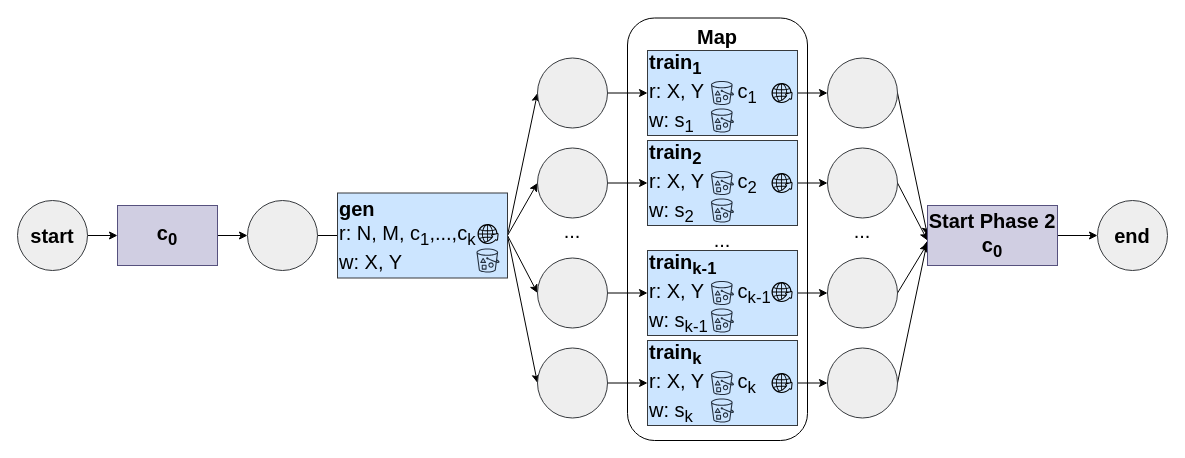
This is figures/benchmarks/690.ml.drawio from spcl/sebs-flow-artifact, a draw.io file, before an edit. Source tidied: cells renumbered, new cells numbered last; positions are measured from the earlier drawing's top-left corner, leaving out a move shared by most shapes. Both pictures are drawn from the tidied source at 100%, with x=0, y=0 at pixel (17, 18).
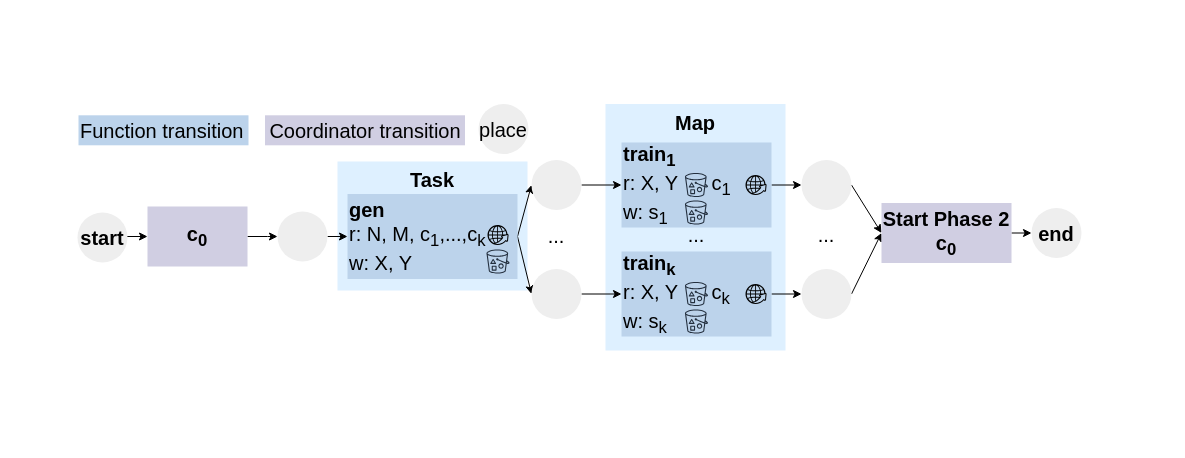
The same page after the edit.

Diff of the diagram source:
```diff
@@
+    <mxCell id="58" value="&lt;b&gt;Task&lt;/b&gt;" style="rounded=0;whiteSpace=wrap;html=1;fontSize=20;align=center;verticalAlign=top;fillColor=#DEF0FF;strokeColor=none;" parent="1" vertex="1">
+      <mxGeometry x="320" y="143" width="190" height="129" as="geometry" />
+    </mxCell>
-    <mxCell id="2" value="&lt;b&gt;Map&lt;/b&gt;" style="rounded=1;whiteSpace=wrap;html=1;fontSize=20;align=center;verticalAlign=top;" parent="1" vertex="1">
-      <mxGeometry x="610" y="-0.5" width="180" height="422.5" as="geometry" />
+    <mxCell id="2" value="&lt;b&gt;Map&lt;/b&gt;" style="rounded=0;whiteSpace=wrap;html=1;fontSize=20;align=center;verticalAlign=top;strokeColor=none;fillColor=#DEF0FF;" parent="1" vertex="1">
+      <mxGeometry x="588" y="85.5" width="180" height="246.5" as="geometry" />
     </mxCell>
-    <mxCell id="3" style="edgeStyle=orthogonalEdgeStyle;rounded=0;jettySize=auto;html=1;entryX=0;entryY=0.5;entryDx=0;entryDy=0;fontSize=20;" parent="1" edge="1" source="4" target="6">
-      <mxGeometry relative="1" as="geometry" />
+    <mxCell id="3" style="edgeStyle=orthogonalEdgeStyle;rounded=0;jettySize=auto;html=1;entryX=0;entryY=0.5;entryDx=0;entryDy=0;fontSize=20;" parent="1" edge="1" target="6">
+      <mxGeometry relative="1" as="geometry">
+        <mxPoint x="100" y="218" as="sourcePoint" />
+      </mxGeometry>
     </mxCell>
-    <mxCell id="4" value="start" style="ellipse;whiteSpace=wrap;html=1;fontSize=20;fontStyle=1;fillColor=#eeeeee;strokeColor=#36393d;" parent="1" vertex="1">
-      <mxGeometry y="182" width="70" height="70" as="geometry" />
-    </mxCell>
-    <mxCell id="5" style="edgeStyle=orthogonalEdgeStyle;rounded=0;jettySize=auto;html=1;entryX=0;entryY=0.5;entryDx=0;entryDy=0;fontSize=20;" parent="1" edge="1" source="6" target="8">
-      <mxGeometry relative="1" as="geometry" />
+    <mxCell id="5" style="edgeStyle=orthogonalEdgeStyle;rounded=0;jettySize=auto;html=1;entryX=0;entryY=0.5;entryDx=0;entryDy=0;fontSize=20;" parent="1" edge="1" source="6">
+      <mxGeometry relative="1" as="geometry">
+        <mxPoint x="260" y="218" as="targetPoint" />
+      </mxGeometry>
     </mxCell>
-    <mxCell id="6" value="c&lt;sub&gt;0&lt;/sub&gt;" style="rounded=0;whiteSpace=wrap;html=1;fontSize=20;fillColor=#d0cee2;strokeColor=#56517e;fontStyle=1;" parent="1" vertex="1">
-      <mxGeometry x="100" y="187" width="100" height="60" as="geometry" />
+    <mxCell id="6" value="c&lt;sub&gt;0&lt;/sub&gt;" style="rounded=0;whiteSpace=wrap;html=1;fontSize=20;fillColor=#d0cee2;strokeColor=none;fontStyle=1;" parent="1" vertex="1">
+      <mxGeometry x="130" y="188" width="100" height="60" as="geometry" />
     </mxCell>
-    <mxCell id="7" style="edgeStyle=orthogonalEdgeStyle;rounded=0;jettySize=auto;html=1;entryX=0;entryY=0.5;entryDx=0;entryDy=0;fontSize=20;" parent="1" edge="1" source="8">
+    <mxCell id="7" style="edgeStyle=orthogonalEdgeStyle;rounded=0;jettySize=auto;html=1;entryX=0;entryY=0.5;entryDx=0;entryDy=0;fontSize=20;" parent="1" edge="1" target="14">
       <mxGeometry relative="1" as="geometry">
-        <mxPoint x="362.5" y="217" as="targetPoint" />
+        <mxPoint x="310" y="218" as="sourcePoint" />
       </mxGeometry>
     </mxCell>
-    <mxCell id="8" style="ellipse;whiteSpace=wrap;html=1;fontSize=20;fontStyle=1;fillColor=#eeeeee;strokeColor=#36393d;" parent="1" vertex="1">
-      <mxGeometry x="230" y="182" width="70" height="70" as="geometry" />
-    </mxCell>
-    <mxCell id="9" value="end" style="ellipse;whiteSpace=wrap;html=1;fontSize=20;fontStyle=1;fillColor=#eeeeee;strokeColor=#36393d;" parent="1" vertex="1">
-      <mxGeometry x="1080" y="182" width="70" height="70" as="geometry" />
-    </mxCell>
-    <mxCell id="10" style="edgeStyle=none;rounded=0;jettySize=auto;html=1;exitX=1;exitY=0.5;exitDx=0;exitDy=0;entryX=0;entryY=0.5;entryDx=0;entryDy=0;fontSize=20;" parent="1" edge="1" source="14" target="17">
+    <mxCell id="10" style="edgeStyle=none;rounded=0;jettySize=auto;html=1;exitX=1;exitY=0.5;exitDx=0;exitDy=0;entryX=0;entryY=0.5;entryDx=0;entryDy=0;fontSize=20;" parent="1" edge="1" source="14" target="61">
       <mxGeometry relative="1" as="geometry" />
     </mxCell>
-    <mxCell id="11" style="edgeStyle=none;rounded=0;jettySize=auto;html=1;exitX=1;exitY=0.5;exitDx=0;exitDy=0;entryX=0;entryY=0.5;entryDx=0;entryDy=0;fontSize=20;" parent="1" edge="1" source="14" target="23">
-      <mxGeometry relative="1" as="geometry" />
-    </mxCell>
-    <mxCell id="12" style="edgeStyle=none;rounded=0;jettySize=auto;html=1;exitX=1;exitY=0.5;exitDx=0;exitDy=0;entryX=0;entryY=0.5;entryDx=0;entryDy=0;fontSize=20;" parent="1" edge="1" source="14" target="25">
-      <mxGeometry relative="1" as="geometry" />
-    </mxCell>
-    <mxCell id="13" style="edgeStyle=none;rounded=0;jettySize=auto;html=1;exitX=1;exitY=0.5;exitDx=0;exitDy=0;entryX=0;entryY=0.5;entryDx=0;entryDy=0;fontSize=20;" parent="1" edge="1" source="14" target="27">
+    <mxCell id="13" style="edgeStyle=none;rounded=0;jettySize=auto;html=1;exitX=1;exitY=0.5;exitDx=0;exitDy=0;entryX=0;entryY=0.5;entryDx=0;entryDy=0;fontSize=20;" parent="1" edge="1" source="14" target="62">
       <mxGeometry relative="1" as="geometry" />
     </mxCell>
-    <mxCell id="14" value="&lt;b&gt;gen&lt;br&gt;&lt;/b&gt;r: N, M, c&lt;sub&gt;1&lt;/sub&gt;,...,c&lt;sub&gt;k&lt;/sub&gt;&lt;br&gt;w: X, Y" style="rounded=0;whiteSpace=wrap;html=1;fontSize=20;align=left;fillColor=#cce5ff;strokeColor=#36393d;" parent="1" vertex="1">
-      <mxGeometry x="320" y="174.5" width="170" height="85" as="geometry" />
+    <mxCell id="14" value="&lt;b&gt;gen&lt;br&gt;&lt;/b&gt;r: N, M, c&lt;sub&gt;1&lt;/sub&gt;,...,c&lt;sub&gt;k&lt;/sub&gt;&lt;br&gt;w: X, Y" style="rounded=0;whiteSpace=wrap;html=1;fontSize=20;align=left;fillColor=#BCD3EB;strokeColor=none;" parent="1" vertex="1">
+      <mxGeometry x="330" y="175.5" width="170" height="85" as="geometry" />
     </mxCell>
     <mxCell id="15" style="sketch=0;fontColor=#232F3E;gradientColor=none;strokeColor=#232F3E;fillColor=none;dashed=0;verticalLabelPosition=bottom;verticalAlign=top;align=center;html=1;fontSize=12;fontStyle=0;shape=mxgraph.aws4.resourceIcon;resIcon=mxgraph.aws4.bucket_with_objects;" parent="1" vertex="1">
-      <mxGeometry x="455.5" y="227" width="30" height="30" as="geometry" />
+      <mxGeometry x="465.5" y="228" width="30" height="30" as="geometry" />
     </mxCell>
-    <mxCell id="16" style="edgeStyle=none;rounded=0;jettySize=auto;html=1;exitX=1;exitY=0.5;exitDx=0;exitDy=0;entryX=0;entryY=0.5;entryDx=0;entryDy=0;fontSize=20;" parent="1" edge="1" source="17" target="20">
+    <mxCell id="16" style="edgeStyle=none;rounded=0;jettySize=auto;html=1;exitX=1;exitY=0.5;exitDx=0;exitDy=0;entryX=0;entryY=0.5;entryDx=0;entryDy=0;fontSize=20;" parent="1" edge="1" source="61" target="20">
       <mxGeometry relative="1" as="geometry" />
     </mxCell>
-    <mxCell id="17" style="ellipse;whiteSpace=wrap;html=1;fontSize=20;fontStyle=1;fillColor=#eeeeee;strokeColor=#36393d;" parent="1" vertex="1">
-      <mxGeometry x="520" y="39.5" width="70" height="70" as="geometry" />
-    </mxCell>
     <mxCell id="18" value="..." style="text;html=1;strokeColor=none;fillColor=none;align=center;verticalAlign=middle;whiteSpace=wrap;rounded=0;fontSize=20;" parent="1" vertex="1">
-      <mxGeometry x="525" y="197" width="60" height="30" as="geometry" />
+      <mxGeometry x="509" y="201.5" width="60" height="30" as="geometry" />
     </mxCell>
-    <mxCell id="19" style="edgeStyle=none;rounded=0;jettySize=auto;html=1;exitX=1;exitY=0.5;exitDx=0;exitDy=0;entryX=0;entryY=0.5;entryDx=0;entryDy=0;" parent="1" edge="1" source="20" target="47">
-      <mxGeometry relative="1" as="geometry" />
+    <mxCell id="19" style="edgeStyle=none;rounded=0;jettySize=auto;html=1;exitX=1;exitY=0.5;exitDx=0;exitDy=0;entryX=0;entryY=0.5;entryDx=0;entryDy=0;" parent="1" edge="1" source="20">
+      <mxGeometry relative="1" as="geometry">
+        <mxPoint x="784" y="166.5" as="targetPoint" />
+      </mxGeometry>
     </mxCell>
-    <mxCell id="20" value="&lt;b&gt;train&lt;sub&gt;1&lt;/sub&gt;&lt;br&gt;&lt;/b&gt;r: X, Y&amp;nbsp; &amp;nbsp; &amp;nbsp; c&lt;sub&gt;1&lt;/sub&gt;&lt;br&gt;w: s&lt;sub&gt;1&lt;/sub&gt;" style="rounded=0;whiteSpace=wrap;html=1;fontSize=20;align=left;fillColor=#cce5ff;strokeColor=#36393d;" parent="1" vertex="1">
-      <mxGeometry x="630" y="32" width="150" height="85" as="geometry" />
+    <mxCell id="20" value="&lt;b&gt;train&lt;sub&gt;1&lt;/sub&gt;&lt;br&gt;&lt;/b&gt;r: X, Y&amp;nbsp; &amp;nbsp; &amp;nbsp; c&lt;sub&gt;1&lt;/sub&gt;&lt;br&gt;w: s&lt;sub&gt;1&lt;/sub&gt;" style="rounded=0;whiteSpace=wrap;html=1;fontSize=20;align=left;fillColor=#BCD3EB;strokeColor=none;" parent="1" vertex="1">
+      <mxGeometry x="604" y="124" width="150" height="85" as="geometry" />
     </mxCell>
     <mxCell id="21" style="sketch=0;fontColor=#232F3E;gradientColor=none;strokeColor=#232F3E;fillColor=none;dashed=0;verticalLabelPosition=bottom;verticalAlign=top;align=center;html=1;fontSize=12;fontStyle=0;shape=mxgraph.aws4.resourceIcon;resIcon=mxgraph.aws4.bucket_with_objects;" parent="1" vertex="1">
-      <mxGeometry x="690" y="59.5" width="30" height="30" as="geometry" />
+      <mxGeometry x="664" y="151.5" width="30" height="30" as="geometry" />
     </mxCell>
-    <mxCell id="22" style="edgeStyle=none;rounded=0;jettySize=auto;html=1;exitX=1;exitY=0.5;exitDx=0;exitDy=0;entryX=0;entryY=0.5;entryDx=0;entryDy=0;fontSize=20;" parent="1" edge="1" source="23" target="32">
-      <mxGeometry relative="1" as="geometry" />
-    </mxCell>
-    <mxCell id="23" style="ellipse;whiteSpace=wrap;html=1;fontSize=20;fontStyle=1;fillColor=#eeeeee;strokeColor=#36393d;" parent="1" vertex="1">
-      <mxGeometry x="520" y="129.5" width="70" height="70" as="geometry" />
-    </mxCell>
-    <mxCell id="24" style="edgeStyle=none;rounded=0;jettySize=auto;html=1;exitX=1;exitY=0.5;exitDx=0;exitDy=0;entryX=0;entryY=0.5;entryDx=0;entryDy=0;fontSize=20;" parent="1" edge="1" source="25" target="37">
-      <mxGeometry relative="1" as="geometry" />
-    </mxCell>
-    <mxCell id="25" style="ellipse;whiteSpace=wrap;html=1;fontSize=20;fontStyle=1;fillColor=#eeeeee;strokeColor=#36393d;" parent="1" vertex="1">
-      <mxGeometry x="520" y="239.5" width="70" height="70" as="geometry" />
-    </mxCell>
-    <mxCell id="26" style="edgeStyle=none;rounded=0;jettySize=auto;html=1;exitX=1;exitY=0.5;exitDx=0;exitDy=0;entryX=0;entryY=0.5;entryDx=0;entryDy=0;fontSize=20;" parent="1" edge="1" source="27" target="42">
+    <mxCell id="26" style="edgeStyle=none;rounded=0;jettySize=auto;html=1;exitX=1;exitY=0.5;exitDx=0;exitDy=0;entryX=0;entryY=0.5;entryDx=0;entryDy=0;fontSize=20;" parent="1" edge="1" source="62" target="42">
       <mxGeometry relative="1" as="geometry" />
     </mxCell>
-    <mxCell id="27" style="ellipse;whiteSpace=wrap;html=1;fontSize=20;fontStyle=1;fillColor=#eeeeee;strokeColor=#36393d;" parent="1" vertex="1">
-      <mxGeometry x="520" y="329.5" width="70" height="70" as="geometry" />
-    </mxCell>
     <mxCell id="28" style="sketch=0;fontColor=#232F3E;gradientColor=none;strokeColor=#232F3E;fillColor=none;dashed=0;verticalLabelPosition=bottom;verticalAlign=top;align=center;html=1;fontSize=12;fontStyle=0;shape=mxgraph.aws4.resourceIcon;resIcon=mxgraph.aws4.bucket_with_objects;" parent="1" vertex="1">
-      <mxGeometry x="690" y="87" width="30" height="30" as="geometry" />
+      <mxGeometry x="664" y="179" width="30" height="30" as="geometry" />
     </mxCell>
     <mxCell id="29" style="sketch=0;html=1;strokeColor=none;shadow=0;align=center;verticalAlign=top;fillColor=#000000;shape=mxgraph.gcp2.globe_world;" parent="1" vertex="1">
-      <mxGeometry x="460" y="205.5" width="21.1" height="20" as="geometry" />
+      <mxGeometry x="470" y="206.5" width="21.1" height="20" as="geometry" />
     </mxCell>
     <mxCell id="30" style="sketch=0;html=1;strokeColor=none;shadow=0;align=center;verticalAlign=top;fillColor=#000000;shape=mxgraph.gcp2.globe_world;" parent="1" vertex="1">
-      <mxGeometry x="754" y="64.5" width="21.1" height="20" as="geometry" />
+      <mxGeometry x="728" y="156.5" width="21.1" height="20" as="geometry" />
     </mxCell>
-    <mxCell id="31" style="edgeStyle=none;rounded=0;jettySize=auto;html=1;exitX=1;exitY=0.5;exitDx=0;exitDy=0;entryX=0;entryY=0.5;entryDx=0;entryDy=0;" parent="1" edge="1" source="32" target="49">
-      <mxGeometry relative="1" as="geometry" />
-    </mxCell>
-    <mxCell id="32" value="&lt;b&gt;train&lt;sub&gt;2&lt;/sub&gt;&lt;br&gt;&lt;/b&gt;r: X, Y&amp;nbsp; &amp;nbsp; &amp;nbsp; c&lt;sub&gt;2&lt;/sub&gt;&lt;br&gt;w: s&lt;sub&gt;2&lt;/sub&gt;" style="rounded=0;whiteSpace=wrap;html=1;fontSize=20;align=left;fillColor=#cce5ff;strokeColor=#36393d;" parent="1" vertex="1">
-      <mxGeometry x="630" y="122" width="150" height="85" as="geometry" />
-    </mxCell>
-    <mxCell id="33" style="sketch=0;fontColor=#232F3E;gradientColor=none;strokeColor=#232F3E;fillColor=none;dashed=0;verticalLabelPosition=bottom;verticalAlign=top;align=center;html=1;fontSize=12;fontStyle=0;shape=mxgraph.aws4.resourceIcon;resIcon=mxgraph.aws4.bucket_with_objects;" parent="1" vertex="1">
-      <mxGeometry x="690" y="149.5" width="30" height="30" as="geometry" />
-    </mxCell>
-    <mxCell id="34" style="sketch=0;fontColor=#232F3E;gradientColor=none;strokeColor=#232F3E;fillColor=none;dashed=0;verticalLabelPosition=bottom;verticalAlign=top;align=center;html=1;fontSize=12;fontStyle=0;shape=mxgraph.aws4.resourceIcon;resIcon=mxgraph.aws4.bucket_with_objects;" parent="1" vertex="1">
-      <mxGeometry x="690" y="177" width="30" height="30" as="geometry" />
-    </mxCell>
-    <mxCell id="35" style="sketch=0;html=1;strokeColor=none;shadow=0;align=center;verticalAlign=top;fillColor=#000000;shape=mxgraph.gcp2.globe_world;" parent="1" vertex="1">
-      <mxGeometry x="754" y="154.5" width="21.1" height="20" as="geometry" />
-    </mxCell>
-    <mxCell id="36" style="edgeStyle=none;rounded=0;jettySize=auto;html=1;exitX=1;exitY=0.5;exitDx=0;exitDy=0;entryX=0;entryY=0.5;entryDx=0;entryDy=0;" parent="1" edge="1" source="37" target="51">
-      <mxGeometry relative="1" as="geometry" />
-    </mxCell>
-    <mxCell id="37" value="&lt;b&gt;train&lt;sub&gt;k-1&lt;/sub&gt;&lt;br&gt;&lt;/b&gt;r: X, Y&amp;nbsp; &amp;nbsp; &amp;nbsp; c&lt;sub&gt;k-1&lt;/sub&gt;&lt;br&gt;w: s&lt;sub&gt;k-1&lt;/sub&gt;" style="rounded=0;whiteSpace=wrap;html=1;fontSize=20;align=left;fillColor=#cce5ff;strokeColor=#36393d;" parent="1" vertex="1">
-      <mxGeometry x="630" y="232" width="150" height="85" as="geometry" />
-    </mxCell>
-    <mxCell id="38" style="sketch=0;fontColor=#232F3E;gradientColor=none;strokeColor=#232F3E;fillColor=none;dashed=0;verticalLabelPosition=bottom;verticalAlign=top;align=center;html=1;fontSize=12;fontStyle=0;shape=mxgraph.aws4.resourceIcon;resIcon=mxgraph.aws4.bucket_with_objects;" parent="1" vertex="1">
-      <mxGeometry x="690" y="259.5" width="30" height="30" as="geometry" />
-    </mxCell>
-    <mxCell id="39" style="sketch=0;fontColor=#232F3E;gradientColor=none;strokeColor=#232F3E;fillColor=none;dashed=0;verticalLabelPosition=bottom;verticalAlign=top;align=center;html=1;fontSize=12;fontStyle=0;shape=mxgraph.aws4.resourceIcon;resIcon=mxgraph.aws4.bucket_with_objects;" parent="1" vertex="1">
-      <mxGeometry x="690" y="287" width="30" height="30" as="geometry" />
-    </mxCell>
-    <mxCell id="40" style="sketch=0;html=1;strokeColor=none;shadow=0;align=center;verticalAlign=top;fillColor=#000000;shape=mxgraph.gcp2.globe_world;" parent="1" vertex="1">
-      <mxGeometry x="754" y="263.5" width="21.1" height="20" as="geometry" />
-    </mxCell>
-    <mxCell id="41" style="edgeStyle=none;rounded=0;jettySize=auto;html=1;exitX=1;exitY=0.5;exitDx=0;exitDy=0;entryX=0;entryY=0.5;entryDx=0;entryDy=0;" parent="1" edge="1" source="42" target="53">
-      <mxGeometry relative="1" as="geometry" />
+    <mxCell id="41" style="edgeStyle=none;rounded=0;jettySize=auto;html=1;exitX=1;exitY=0.5;exitDx=0;exitDy=0;entryX=0;entryY=0.5;entryDx=0;entryDy=0;" parent="1" edge="1" source="42">
+      <mxGeometry relative="1" as="geometry">
+        <mxPoint x="784" y="275.5" as="targetPoint" />
+      </mxGeometry>
     </mxCell>
-    <mxCell id="42" value="&lt;b&gt;train&lt;sub&gt;k&lt;/sub&gt;&lt;br&gt;&lt;/b&gt;r: X, Y&amp;nbsp; &amp;nbsp; &amp;nbsp; c&lt;sub&gt;k&lt;/sub&gt;&lt;br&gt;w: s&lt;sub&gt;k&lt;/sub&gt;" style="rounded=0;whiteSpace=wrap;html=1;fontSize=20;align=left;fillColor=#cce5ff;strokeColor=#36393d;" parent="1" vertex="1">
-      <mxGeometry x="630" y="322" width="150" height="85" as="geometry" />
+    <mxCell id="42" value="&lt;b&gt;train&lt;sub&gt;k&lt;/sub&gt;&lt;br&gt;&lt;/b&gt;r: X, Y&amp;nbsp; &amp;nbsp; &amp;nbsp; c&lt;sub&gt;k&lt;/sub&gt;&lt;br&gt;w: s&lt;sub&gt;k&lt;/sub&gt;" style="rounded=0;whiteSpace=wrap;html=1;fontSize=20;align=left;fillColor=#BCD3EB;strokeColor=none;" parent="1" vertex="1">
+      <mxGeometry x="604" y="233" width="150" height="85" as="geometry" />
     </mxCell>
     <mxCell id="43" style="sketch=0;fontColor=#232F3E;gradientColor=none;strokeColor=#232F3E;fillColor=none;dashed=0;verticalLabelPosition=bottom;verticalAlign=top;align=center;html=1;fontSize=12;fontStyle=0;shape=mxgraph.aws4.resourceIcon;resIcon=mxgraph.aws4.bucket_with_objects;" parent="1" vertex="1">
-      <mxGeometry x="690" y="349.5" width="30" height="30" as="geometry" />
+      <mxGeometry x="664" y="260.5" width="30" height="30" as="geometry" />
     </mxCell>
     <mxCell id="44" style="sketch=0;fontColor=#232F3E;gradientColor=none;strokeColor=#232F3E;fillColor=none;dashed=0;verticalLabelPosition=bottom;verticalAlign=top;align=center;html=1;fontSize=12;fontStyle=0;shape=mxgraph.aws4.resourceIcon;resIcon=mxgraph.aws4.bucket_with_objects;" parent="1" vertex="1">
-      <mxGeometry x="690" y="377" width="30" height="30" as="geometry" />
+      <mxGeometry x="664" y="288" width="30" height="30" as="geometry" />
     </mxCell>
     <mxCell id="45" style="sketch=0;html=1;strokeColor=none;shadow=0;align=center;verticalAlign=top;fillColor=#000000;shape=mxgraph.gcp2.globe_world;" parent="1" vertex="1">
-      <mxGeometry x="754" y="354.5" width="21.1" height="20" as="geometry" />
+      <mxGeometry x="728" y="265.5" width="21.1" height="20" as="geometry" />
     </mxCell>
-    <mxCell id="46" style="edgeStyle=none;rounded=0;jettySize=auto;html=1;exitX=1;exitY=0.5;exitDx=0;exitDy=0;entryX=0;entryY=0.5;entryDx=0;entryDy=0;" parent="1" edge="1" source="47" target="57">
+    <mxCell id="46" style="edgeStyle=none;rounded=0;jettySize=auto;html=1;exitX=1;exitY=0.5;exitDx=0;exitDy=0;entryX=0;entryY=0.5;entryDx=0;entryDy=0;" parent="1" edge="1" source="60" target="57">
       <mxGeometry relative="1" as="geometry" />
     </mxCell>
-    <mxCell id="47" style="ellipse;whiteSpace=wrap;html=1;fontSize=20;fontStyle=1;fillColor=#eeeeee;strokeColor=#36393d;" parent="1" vertex="1">
-      <mxGeometry x="810" y="39.5" width="70" height="70" as="geometry" />
-    </mxCell>
-    <mxCell id="48" style="edgeStyle=none;rounded=0;jettySize=auto;html=1;exitX=1;exitY=0.5;exitDx=0;exitDy=0;" parent="1" edge="1" source="49">
-      <mxGeometry relative="1" as="geometry">
-        <mxPoint x="910" y="222" as="targetPoint" />
-      </mxGeometry>
-    </mxCell>
-    <mxCell id="49" style="ellipse;whiteSpace=wrap;html=1;fontSize=20;fontStyle=1;fillColor=#eeeeee;strokeColor=#36393d;" parent="1" vertex="1">
-      <mxGeometry x="810" y="129.5" width="70" height="70" as="geometry" />
-    </mxCell>
-    <mxCell id="50" style="edgeStyle=none;rounded=0;jettySize=auto;html=1;exitX=1;exitY=0.5;exitDx=0;exitDy=0;entryX=0;entryY=0.633;entryDx=0;entryDy=0;entryPerimeter=0;" parent="1" edge="1" source="51" target="57">
-      <mxGeometry relative="1" as="geometry" />
-    </mxCell>
-    <mxCell id="51" style="ellipse;whiteSpace=wrap;html=1;fontSize=20;fontStyle=1;fillColor=#eeeeee;strokeColor=#36393d;" parent="1" vertex="1">
-      <mxGeometry x="810" y="239.5" width="70" height="70" as="geometry" />
-    </mxCell>
-    <mxCell id="52" style="edgeStyle=none;rounded=0;jettySize=auto;html=1;exitX=1;exitY=0.5;exitDx=0;exitDy=0;" parent="1" edge="1" source="53">
+    <mxCell id="52" style="edgeStyle=none;rounded=0;jettySize=auto;html=1;exitX=1;exitY=0.5;exitDx=0;exitDy=0;entryX=0;entryY=0.5;entryDx=0;entryDy=0;" parent="1" edge="1" target="57">
       <mxGeometry relative="1" as="geometry">
-        <mxPoint x="910" y="222" as="targetPoint" />
+        <mxPoint x="834" y="275.5" as="sourcePoint" />
       </mxGeometry>
     </mxCell>
-    <mxCell id="53" style="ellipse;whiteSpace=wrap;html=1;fontSize=20;fontStyle=1;fillColor=#eeeeee;strokeColor=#36393d;" parent="1" vertex="1">
-      <mxGeometry x="810" y="329.5" width="70" height="70" as="geometry" />
-    </mxCell>
     <mxCell id="54" value="..." style="text;html=1;strokeColor=none;fillColor=none;align=center;verticalAlign=middle;whiteSpace=wrap;rounded=0;fontSize=20;" parent="1" vertex="1">
-      <mxGeometry x="675" y="205.5" width="60" height="30" as="geometry" />
+      <mxGeometry x="649" y="201" width="60" height="30" as="geometry" />
     </mxCell>
     <mxCell id="55" value="..." style="text;html=1;strokeColor=none;fillColor=none;align=center;verticalAlign=middle;whiteSpace=wrap;rounded=0;fontSize=20;" parent="1" vertex="1">
-      <mxGeometry x="815" y="197" width="60" height="30" as="geometry" />
+      <mxGeometry x="779" y="200.5" width="60" height="30" as="geometry" />
     </mxCell>
@@
-    <mxCell id="57" value="Start Phase 2 c&lt;sub&gt;0&lt;/sub&gt;" style="rounded=0;whiteSpace=wrap;html=1;fontSize=20;fillColor=#d0cee2;strokeColor=#56517e;fontStyle=1;" parent="1" vertex="1">
-      <mxGeometry x="910" y="187" width="130" height="60" as="geometry" />
+    <mxCell id="57" value="Start Phase 2 c&lt;sub&gt;0&lt;/sub&gt;" style="rounded=0;whiteSpace=wrap;html=1;fontSize=20;fillColor=#d0cee2;strokeColor=none;fontStyle=1;" parent="1" vertex="1">
+      <mxGeometry x="864" y="184.5" width="130" height="60" as="geometry" />
     </mxCell>
+    <mxCell id="59" style="ellipse;whiteSpace=wrap;html=1;fontSize=20;fontStyle=1;fillColor=#eeeeee;strokeColor=none;" parent="1" vertex="1">
+      <mxGeometry x="260" y="193" width="50" height="50" as="geometry" />
+    </mxCell>
+    <mxCell id="4" value="start" style="ellipse;whiteSpace=wrap;html=1;fontSize=20;fontStyle=1;fillColor=#eeeeee;strokeColor=none;" parent="1" vertex="1">
+      <mxGeometry x="60" y="194" width="50" height="50" as="geometry" />
+    </mxCell>
+    <mxCell id="60" style="ellipse;whiteSpace=wrap;html=1;fontSize=20;fontStyle=1;fillColor=#eeeeee;strokeColor=none;" parent="1" vertex="1">
+      <mxGeometry x="784" y="141.5" width="50" height="50" as="geometry" />
+    </mxCell>
+    <mxCell id="61" style="ellipse;whiteSpace=wrap;html=1;fontSize=20;fontStyle=1;fillColor=#eeeeee;strokeColor=none;" parent="1" vertex="1">
+      <mxGeometry x="514" y="141.5" width="50" height="50" as="geometry" />
+    </mxCell>
+    <mxCell id="9" value="end" style="ellipse;whiteSpace=wrap;html=1;fontSize=20;fontStyle=1;fillColor=#eeeeee;strokeColor=none;" parent="1" vertex="1">
+      <mxGeometry x="1014" y="189.5" width="50" height="50" as="geometry" />
+    </mxCell>
+    <mxCell id="62" style="ellipse;whiteSpace=wrap;html=1;fontSize=20;fontStyle=1;fillColor=#eeeeee;strokeColor=none;" parent="1" vertex="1">
+      <mxGeometry x="514" y="250.5" width="50" height="50" as="geometry" />
+    </mxCell>
+    <mxCell id="63" style="ellipse;whiteSpace=wrap;html=1;fontSize=20;fontStyle=1;fillColor=#eeeeee;strokeColor=none;" parent="1" vertex="1">
+      <mxGeometry x="784" y="250.5" width="50" height="50" as="geometry" />
+    </mxCell>
+    <mxCell id="64" value="Function transition" style="rounded=0;whiteSpace=wrap;html=1;fontSize=20;align=left;fillColor=#BCD3EB;strokeColor=none;" parent="1" vertex="1">
+      <mxGeometry x="61" y="96.8" width="170" height="30" as="geometry" />
+    </mxCell>
+    <mxCell id="65" value="&lt;span style=&quot;font-weight: normal&quot;&gt;Coordinator transition&lt;/span&gt;" style="rounded=0;whiteSpace=wrap;html=1;fontSize=20;fillColor=#d0cee2;strokeColor=none;fontStyle=1;" parent="1" vertex="1">
+      <mxGeometry x="247.5" y="96.8" width="200" height="30" as="geometry" />
+    </mxCell>
+    <mxCell id="66" value="&lt;span style=&quot;font-weight: normal&quot;&gt;place&lt;/span&gt;" style="ellipse;whiteSpace=wrap;html=1;fontSize=20;fontStyle=1;fillColor=#eeeeee;strokeColor=none;" parent="1" vertex="1">
+      <mxGeometry x="461" y="85.5" width="50" height="50" as="geometry" />
+    </mxCell>
```
